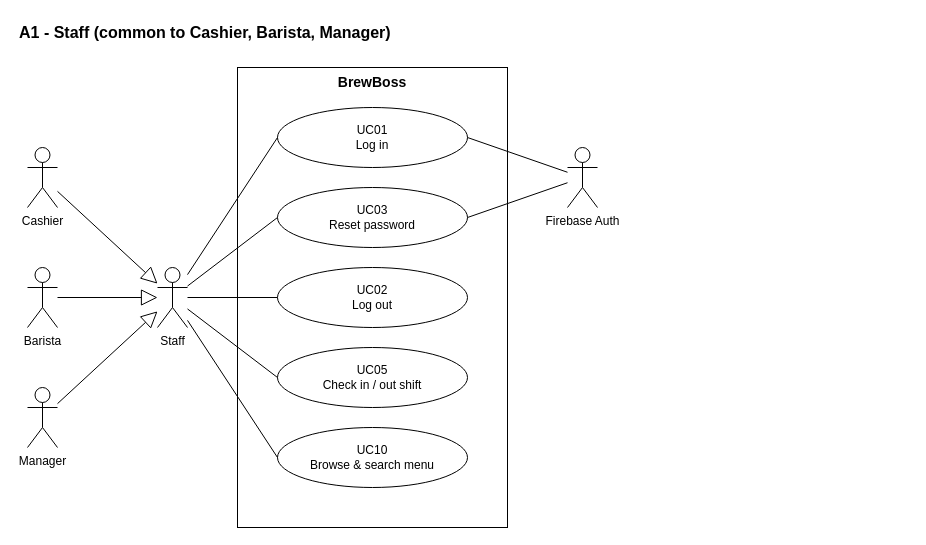
Before: page "A1 Staff" (1 of 5) of docs/diagrams/use-case-by-actor.drawio in huytran303/CafeManagementSystem, a draw.io diagram. Source tidied: cells renumbered, new cells numbered last; positions are measured from the earlier drawing's top-left corner, leaving out a move shared by most shapes. Both pictures are drawn from the tidied source at 100%, with x=0, y=0 at pixel (17, 17).
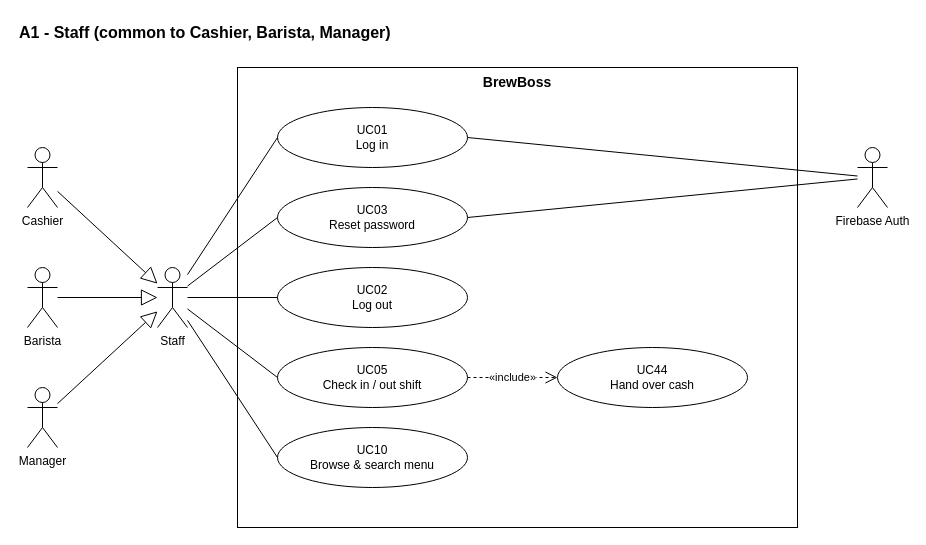
Above is the later version.

Unchanged cells that the change refers to:
```xml
<mxCell id="7" value="UC05&lt;br&gt;Check in / out shift" style="ellipse;whiteSpace=wrap;html=1;fillColor=#ffffff;fontSize=12;" parent="1" vertex="1">
  <mxGeometry x="260" y="330" width="190" height="60" as="geometry" />
</mxCell>
```

Diff of the diagram source:
```diff
@@
     <mxCell id="3" value="BrewBoss" style="rounded=0;whiteSpace=wrap;html=1;fillColor=none;verticalAlign=top;fontStyle=1;fontSize=14;" parent="1" vertex="1">
-      <mxGeometry x="220" y="50" width="270" height="460" as="geometry" />
+      <mxGeometry x="220" y="50" width="560" height="460" as="geometry" />
     </mxCell>
@@
+    <mxCell id="24" value="UC44&lt;br&gt;Hand over cash" style="ellipse;whiteSpace=wrap;html=1;fillColor=#ffffff;fontSize=12;" parent="1" vertex="1">
+      <mxGeometry x="540" y="330" width="190" height="60" as="geometry" />
+    </mxCell>
@@
     <mxCell id="13" value="Firebase Auth" style="shape=umlActor;verticalLabelPosition=bottom;verticalAlign=top;html=1;outlineConnect=0;fillColor=#ffffff;" parent="1" vertex="1">
-      <mxGeometry x="550" y="130" width="30" height="60" as="geometry" />
+      <mxGeometry x="840" y="130" width="30" height="60" as="geometry" />
     </mxCell>
@@
+    <mxCell id="25" value="«include»" style="dashed=1;endArrow=open;endFill=0;endSize=10;html=1;rounded=0;fontSize=11;labelBackgroundColor=#ffffff;" parent="1" edge="1" source="7" target="24">
+      <mxGeometry relative="1" as="geometry" />
+    </mxCell>
```
